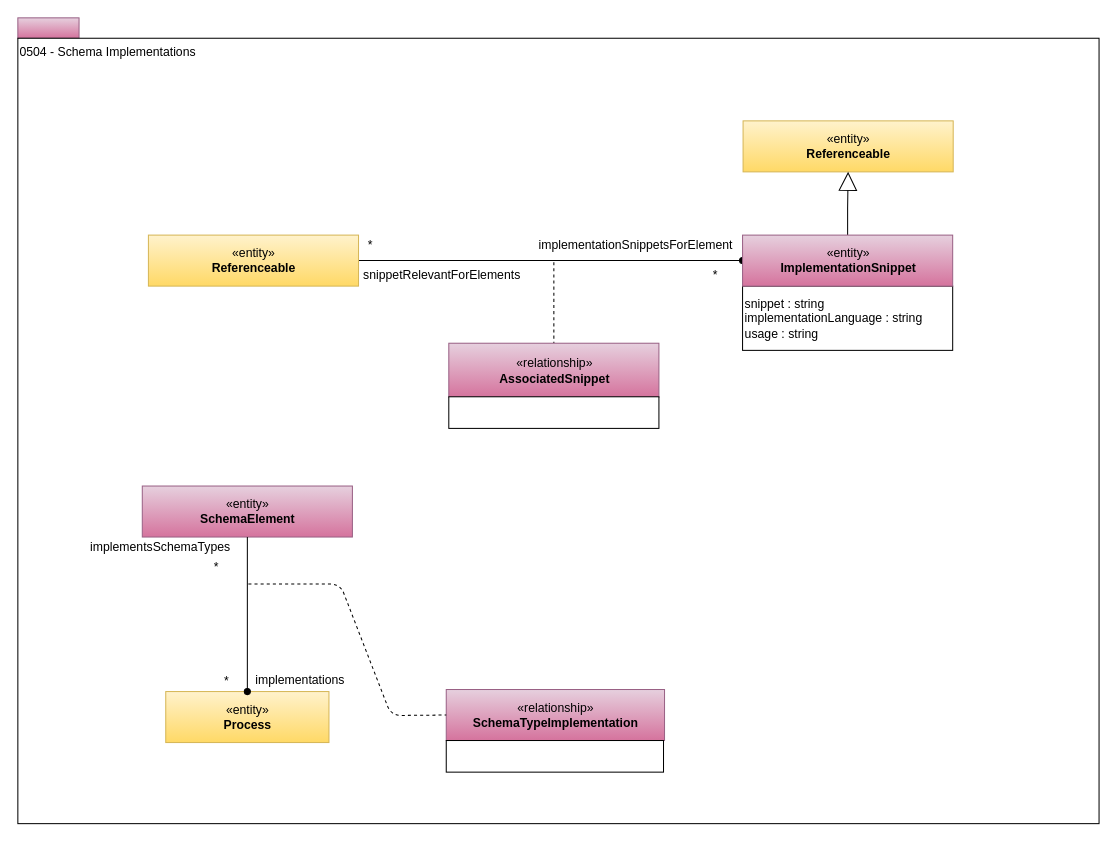
The draw.io diagram page "0504-Implementation-Snippets" (4 of 34) of site/docs/types/5/area-5-models-and-schema.drawio in odpi/egeria-docs, before the edit. Source tidied: cells renumbered, new cells numbered last; positions are measured from the earlier drawing's top-left corner, leaving out a move shared by most shapes. Both pictures are drawn from the tidied source at 102%, with x=0, y=0 at pixel (17, 17).
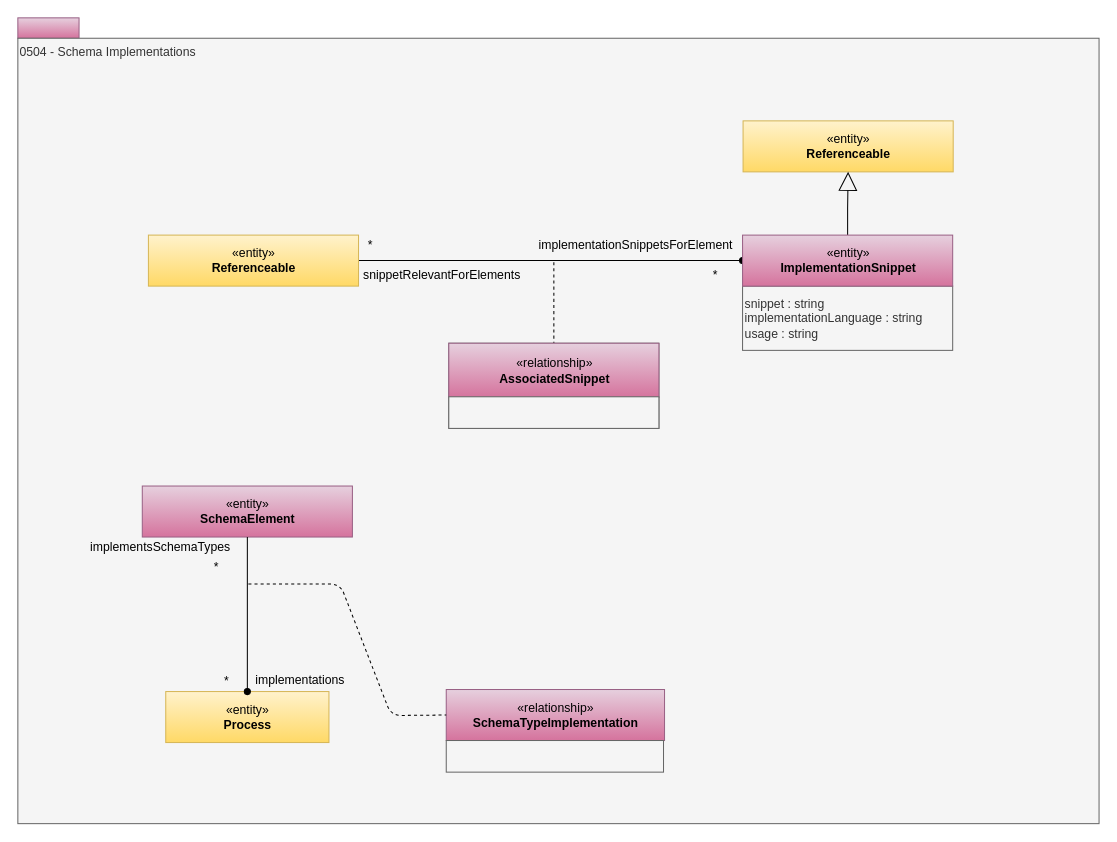
The same diagram, later.

What changed in the source:
```diff
@@
-    <mxCell id="3" value="0504 - Schema Implementations" style="rounded=0;whiteSpace=wrap;html=1;align=left;verticalAlign=top;" parent="1" vertex="1">
+    <mxCell id="3" value="0504 - Schema Implementations" style="rounded=0;whiteSpace=wrap;html=1;align=left;verticalAlign=top;fillColor=#f5f5f5;fontColor=#333333;strokeColor=#666666;" parent="1" vertex="1">
       <mxGeometry y="20" width="1060" height="770" as="geometry" />
     </mxCell>
@@
-    <mxCell id="11" style="group;" parent="1" vertex="1">
+    <mxCell id="11" style="group;fillColor=#f5f5f5;fontColor=#333333;strokeColor=#666666;" parent="1" vertex="1">
       <mxGeometry x="422.5" y="319" width="206" height="83.5" as="geometry" />
     </mxCell>
@@
-    <mxCell id="13" style="rounded=0;whiteSpace=wrap;html=1;strokeColor=#000000;align=left;fillColor=#ffffff;" parent="11" vertex="1">
+    <mxCell id="13" style="rounded=0;whiteSpace=wrap;html=1;strokeColor=#666666;align=left;fillColor=#f5f5f5;fontColor=#333333;" parent="11" vertex="1">
       <mxGeometry y="52.5" width="206" height="31" as="geometry" />
     </mxCell>
@@
-    <mxCell id="20" value="&lt;div style=&quot;text-align: left&quot;&gt;&lt;br&gt;&lt;/div&gt;" style="rounded=0;whiteSpace=wrap;html=1;strokeColor=#000000;gradientColor=#ffffff;align=left;" parent="1" vertex="1">
+    <mxCell id="20" value="&lt;div style=&quot;text-align: left&quot;&gt;&lt;br&gt;&lt;/div&gt;" style="rounded=0;whiteSpace=wrap;html=1;strokeColor=#666666;align=left;fillColor=#f5f5f5;fontColor=#333333;" parent="1" vertex="1">
       <mxGeometry x="420" y="708.5" width="213" height="31" as="geometry" />
     </mxCell>
@@
-    <mxCell id="26" value="snippet : string&lt;br&gt;implementationLanguage : string&lt;br&gt;usage : string" style="rounded=0;whiteSpace=wrap;html=1;strokeColor=#000000;align=left;fillColor=#ffffff;" parent="1" vertex="1">
+    <mxCell id="26" value="snippet : string&lt;br&gt;implementationLanguage : string&lt;br&gt;usage : string" style="rounded=0;whiteSpace=wrap;html=1;strokeColor=#666666;align=left;fillColor=#f5f5f5;fontColor=#333333;" parent="1" vertex="1">
       <mxGeometry x="710.5" y="263" width="206" height="63" as="geometry" />
     </mxCell>
```
